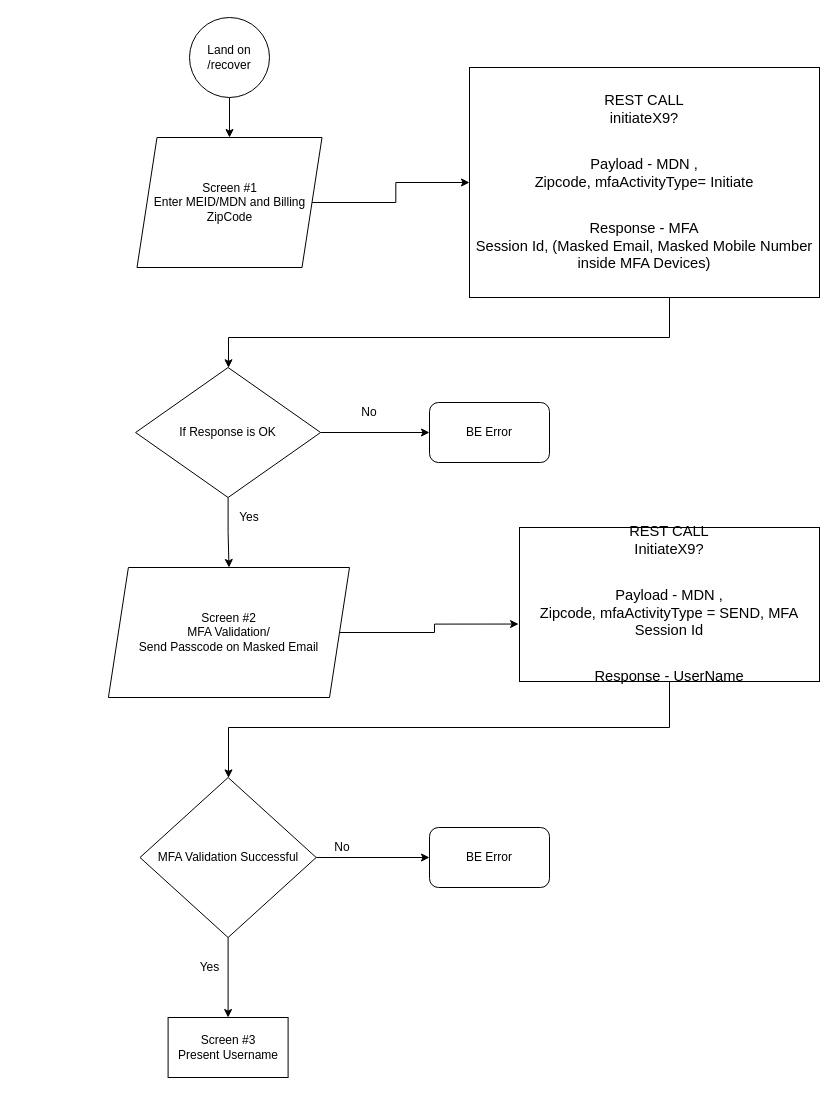
mercecii/M3 keeps this draw.io diagram as Forgot Username.drawio. Above is the earlier version. Source tidied: cells renumbered, new cells numbered last; positions are measured from the earlier drawing's top-left corner, leaving out a move shared by most shapes. Both pictures are drawn from the tidied source at 100%, with x=0, y=0 at pixel (108, 17).
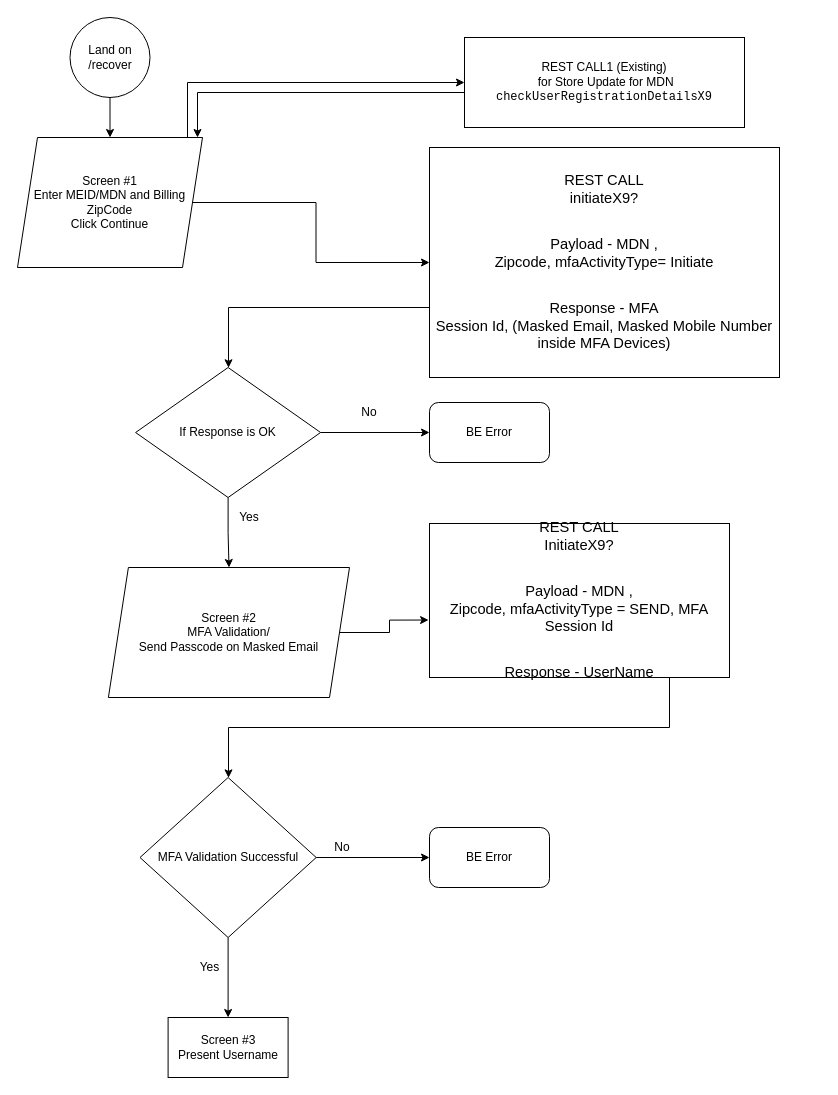
The same page after the edit.

Unchanged cells that the change refers to:
```xml
<mxCell id="8" value="If Response is OK" style="rhombus;whiteSpace=wrap;html=1;" parent="1" vertex="1">
  <mxGeometry x="27.1" y="350" width="185" height="130" as="geometry" />
</mxCell>
```

What changed in the source:
```diff
@@
     <mxCell id="3" value="Land on /recover" style="ellipse;whiteSpace=wrap;html=1;" parent="1" vertex="1">
-      <mxGeometry x="81" width="80" height="80" as="geometry" />
+      <mxGeometry x="-38.5" width="80" height="80" as="geometry" />
     </mxCell>
@@
+    <mxCell id="26" style="edgeStyle=orthogonalEdgeStyle;rounded=0;jettySize=auto;html=1;entryX=0;entryY=0.5;entryDx=0;entryDy=0;" parent="1" edge="1" source="5" target="27">
+      <mxGeometry relative="1" as="geometry">
+        <Array as="points">
+          <mxPoint x="79" y="65" />
+        </Array>
+      </mxGeometry>
+    </mxCell>
-    <mxCell id="5" value="Screen #1&lt;br&gt;Enter MEID/MDN and Billing ZipCode" style="shape=parallelogram;perimeter=parallelogramPerimeter;whiteSpace=wrap;html=1;fixedSize=1;" parent="1" vertex="1">
-      <mxGeometry x="28.5" y="120" width="185" height="130" as="geometry" />
+    <mxCell id="5" value="Screen #1&lt;br&gt;Enter MEID/MDN and Billing ZipCode&lt;br&gt;Click Continue" style="shape=parallelogram;perimeter=parallelogramPerimeter;whiteSpace=wrap;html=1;fixedSize=1;" parent="1" vertex="1">
+      <mxGeometry x="-91" y="120" width="185" height="130" as="geometry" />
     </mxCell>
@@
     <mxCell id="22" style="edgeStyle=orthogonalEdgeStyle;rounded=0;jettySize=auto;html=1;" parent="1" edge="1" source="23" target="8">
       <mxGeometry relative="1" as="geometry">
         <Array as="points">
-          <mxPoint x="561" y="320" />
-          <mxPoint x="120" y="320" />
+          <mxPoint x="120" y="290" />
         </Array>
       </mxGeometry>
     </mxCell>
     <mxCell id="23" value="&lt;p style=&quot;margin: 0in ; font-family: &amp;#34;calibri&amp;#34; ; font-size: 11.0pt&quot;&gt;REST CALL&lt;/p&gt;&lt;p style=&quot;margin: 0in ; font-family: &amp;#34;calibri&amp;#34; ; font-size: 11.0pt&quot;&gt;initiateX9? &lt;/p&gt;&lt;br&gt;&lt;br&gt;&lt;p style=&quot;margin: 0in ; font-family: &amp;#34;calibri&amp;#34; ; font-size: 11.0pt&quot;&gt;Payload - MDN ,&lt;br&gt;Zipcode, mfaActivityType= Initiate&lt;/p&gt;&lt;br&gt;&lt;br&gt;&lt;p style=&quot;margin: 0in ; font-family: &amp;#34;calibri&amp;#34; ; font-size: 11.0pt&quot;&gt;Response - MFA&lt;br&gt;Session Id, (Masked Email, Masked Mobile Number inside MFA Devices)&lt;/p&gt;" style="whiteSpace=wrap;html=1;" parent="1" vertex="1">
-      <mxGeometry x="361" y="50" width="350" height="230" as="geometry" />
+      <mxGeometry x="321" y="130" width="350" height="230" as="geometry" />
     </mxCell>
@@
     <mxCell id="25" value="&lt;span style=&quot;font-family: &amp;#34;calibri&amp;#34; ; font-size: 14.6667px&quot;&gt;REST CALL&lt;/span&gt;&lt;p style=&quot;margin: 0in ; font-family: &amp;#34;calibri&amp;#34; ; font-size: 11.0pt&quot;&gt;InitiateX9?&lt;/p&gt;&lt;br&gt;&lt;br&gt;&lt;p style=&quot;margin: 0in ; font-family: &amp;#34;calibri&amp;#34; ; font-size: 11.0pt&quot;&gt;Payload - MDN ,&lt;br&gt;Zipcode, mfaActivityType = SEND, MFA Session Id&lt;/p&gt;&lt;br&gt;&lt;br&gt;&lt;p style=&quot;margin: 0in ; font-family: &amp;#34;calibri&amp;#34; ; font-size: 11.0pt&quot;&gt;Response - UserName&lt;/p&gt;" style="whiteSpace=wrap;html=1;" parent="1" vertex="1">
-      <mxGeometry x="411" y="510" width="300" height="154" as="geometry" />
+      <mxGeometry x="321" y="506" width="300" height="154" as="geometry" />
     </mxCell>
+    <mxCell id="27" value="&lt;span style=&quot;text-align: left&quot;&gt;REST CALL1 (Existing)&lt;/span&gt;&lt;br style=&quot;text-align: left&quot;&gt;&lt;span style=&quot;text-align: left&quot;&gt;&amp;nbsp;for Store Update for MDN&lt;/span&gt;&lt;br style=&quot;text-align: left&quot;&gt;&lt;font face=&quot;consolas, lucida console, courier new, monospace&quot; style=&quot;text-align: left&quot;&gt;checkUserRegistrationDetailsX9&lt;/font&gt;" style="whiteSpace=wrap;html=1;" parent="1" vertex="1">
+      <mxGeometry x="356" y="20" width="280" height="90" as="geometry" />
+    </mxCell>
+    <mxCell id="28" style="edgeStyle=orthogonalEdgeStyle;rounded=0;jettySize=auto;html=1;" parent="1" edge="1" source="27" target="5">
+      <mxGeometry relative="1" as="geometry">
+        <Array as="points">
+          <mxPoint x="89" y="75" />
+        </Array>
+      </mxGeometry>
+    </mxCell>
```
